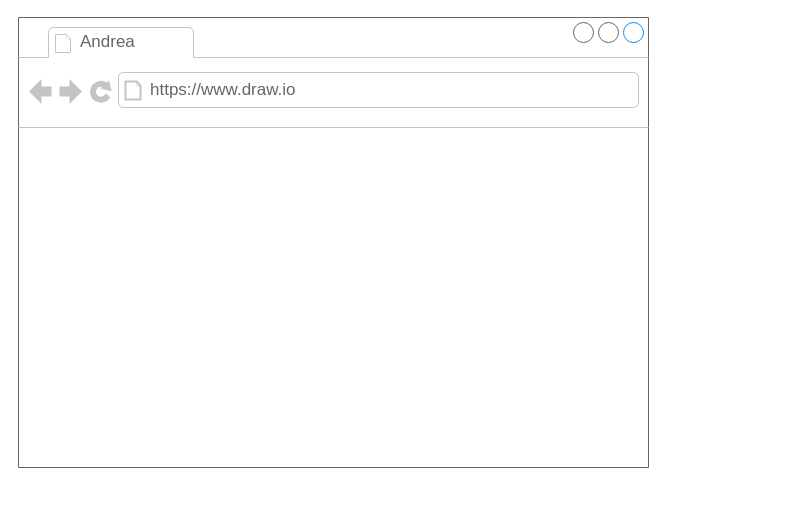
Earlier version of the draw.io diagram Untitled Diagram.drawio (Costa11/2021-informatica-HTML5). Source tidied: cells renumbered, new cells numbered last; positions are measured from the earlier drawing's top-left corner, leaving out a move shared by most shapes. Both pictures are drawn from the tidied source at 100%, with x=0, y=0 at pixel (18, 17). Pictures stored in the file or linked from it are replaced by grey dashed boxes.
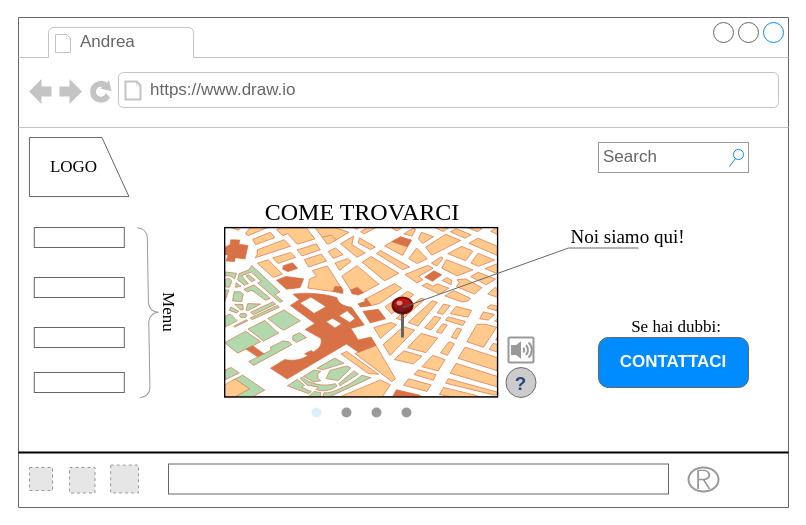
The same diagram, later.

The edit, as a diff of the source:
```diff
@@
-    <mxCell id="2" style="strokeWidth=1;shadow=0;dashed=0;align=center;html=1;shape=mxgraph.mockup.containers.browserWindow;rSize=0;strokeColor=#666666;strokeColor2=#008cff;strokeColor3=#c4c4c4;mainText=,;" parent="1" vertex="1">
-      <mxGeometry width="630" height="450" as="geometry" />
+    <mxCell id="2" style="strokeWidth=1;shadow=0;dashed=0;align=center;html=1;shape=mxgraph.mockup.containers.browserWindow;rSize=0;strokeColor2=#008cff;strokeColor3=#c4c4c4;mainText=,;strokeColor=#666666;" parent="1" vertex="1">
+      <mxGeometry width="770" height="490" as="geometry" />
     </mxCell>
@@
+    <mxCell id="5" style="verticalLabelPosition=bottom;shadow=0;dashed=0;align=center;html=1;verticalAlign=top;strokeWidth=1;shape=mxgraph.mockup.misc.map;" parent="2" vertex="1">
+      <mxGeometry x="206" y="210" width="274" height="170" as="geometry" />
+    </mxCell>
+    <mxCell id="6" style="verticalLabelPosition=top;shadow=0;dashed=0;align=center;html=1;verticalAlign=bottom;strokeWidth=1;shape=mxgraph.mockup.misc.pin;fillColor2=#dd0000;fillColor3=#440000;strokeColor=#660000;" parent="2" vertex="1">
+      <mxGeometry x="374" y="280" width="20" height="40" as="geometry" />
+    </mxCell>
+    <mxCell id="7" value="&lt;p&gt;&lt;br&gt;&lt;/p&gt;" style="strokeWidth=1;shadow=0;dashed=0;align=center;html=1;shape=mxgraph.mockup.text.callout;linkText=;textSize=17;textColor=#666666;callDir=NE;callStyle=line;fontSize=17;fontColor=#666666;align=right;verticalAlign=top;strokeColor=#666666;" parent="2" vertex="1">
+      <mxGeometry x="384" y="205" width="236" height="85" as="geometry" />
+    </mxCell>
+    <mxCell id="8" value="Noi siamo qui!" style="text;html=1;strokeColor=none;fillColor=none;align=center;verticalAlign=middle;whiteSpace=wrap;rounded=0;fontFamily=Times New Roman;fontSize=19;" parent="2" vertex="1">
+      <mxGeometry x="547.5" y="210" width="122.5" height="20" as="geometry" />
+    </mxCell>
+    <mxCell id="9" style="verticalLabelPosition=bottom;shadow=0;dashed=0;align=center;html=1;verticalAlign=top;strokeWidth=1;shape=mxgraph.mockup.misc.help_icon;fontFamily=Times New Roman;fontSize=19;" parent="2" vertex="1">
+      <mxGeometry x="487.5" y="350" width="30" height="30" as="geometry" />
+    </mxCell>
+    <mxCell id="10" style="verticalLabelPosition=bottom;shadow=0;dashed=0;align=center;html=1;verticalAlign=top;strokeWidth=1;shape=mxgraph.mockup.navigation.pageControl;fillColor=#999999;strokeColor=#ddeeff;fontFamily=Times New Roman;fontSize=19;" parent="2" vertex="1">
+      <mxGeometry x="293" y="380" width="100" height="30" as="geometry" />
+    </mxCell>
+    <mxCell id="11" style="strokeColor=#999999;verticalLabelPosition=bottom;shadow=0;dashed=0;verticalAlign=top;strokeWidth=2;html=1;shape=mxgraph.mockup.misc.volumeIcon;fontFamily=Times New Roman;fontSize=19;" parent="2" vertex="1">
+      <mxGeometry x="490" y="320" width="25" height="25" as="geometry" />
+    </mxCell>
+    <mxCell id="12" value="Search" style="strokeWidth=1;shadow=0;dashed=0;align=center;html=1;shape=mxgraph.mockup.forms.searchBox;strokeColor=#999999;mainText=;strokeColor2=#008cff;fontColor=#666666;fontSize=17;align=left;spacingLeft=3;" parent="2" vertex="1">
+      <mxGeometry x="580" y="125" width="150" height="30" as="geometry" />
+    </mxCell>
+    <mxCell id="13" value="CONTATTACI" style="strokeWidth=1;shadow=0;dashed=0;align=center;html=1;shape=mxgraph.mockup.buttons.button;strokeColor=#666666;fontColor=#ffffff;mainText=;buttonStyle=round;fontSize=17;fontStyle=1;fillColor=#008cff;whiteSpace=wrap;" parent="2" vertex="1">
+      <mxGeometry x="580" y="320" width="150" height="50" as="geometry" />
+    </mxCell>
+    <mxCell id="14" value="COME TROVARCI" style="text;html=1;strokeColor=none;fillColor=none;align=center;verticalAlign=middle;whiteSpace=wrap;rounded=0;fontFamily=Times New Roman;fontSize=24;" parent="2" vertex="1">
+      <mxGeometry x="230" y="185" width="227.5" height="20" as="geometry" />
+    </mxCell>
+    <mxCell id="15" value="Se hai dubbi:" style="text;html=1;strokeColor=none;fillColor=none;align=center;verticalAlign=middle;whiteSpace=wrap;rounded=0;fontFamily=Times New Roman;fontSize=17;" parent="2" vertex="1">
+      <mxGeometry x="572.5" y="300" width="170" height="20" as="geometry" />
+    </mxCell>
+    <mxCell id="16" style="line;strokeWidth=2;html=1;fontFamily=Times New Roman;fontSize=17;" parent="2" vertex="1">
+      <mxGeometry y="430" width="770" height="10" as="geometry" />
+    </mxCell>
+    <mxCell id="17" style="fillColor=#E6E6E6;strokeColor=#999999;dashed=1;html=1;verticalAlign=top;verticalLabelPosition=bottom;labelBackgroundColor=#ffffff;fontFamily=Times New Roman;fontSize=17;" parent="2" vertex="1">
+      <mxGeometry x="11" y="450" width="23" height="23" as="geometry" />
+    </mxCell>
+    <mxCell id="18" style="fillColor=#E6E6E6;strokeColor=#999999;dashed=1;html=1;verticalAlign=top;verticalLabelPosition=bottom;labelBackgroundColor=#ffffff;fontFamily=Times New Roman;fontSize=17;" parent="2" vertex="1">
+      <mxGeometry x="51" y="450" width="25.5" height="25.5" as="geometry" />
+    </mxCell>
+    <mxCell id="19" style="fillColor=#E6E6E6;strokeColor=#999999;dashed=1;html=1;verticalAlign=top;verticalLabelPosition=bottom;labelBackgroundColor=#ffffff;fontFamily=Times New Roman;fontSize=17;" parent="2" vertex="1">
+      <mxGeometry x="92.2" y="447.6" width="27.8" height="27.8" as="geometry" />
+    </mxCell>
+    <mxCell id="20" style="strokeColor=#999999;verticalLabelPosition=bottom;shadow=0;dashed=0;verticalAlign=top;strokeWidth=2;html=1;shape=mxgraph.mockup.misc.registeredIcon;fontFamily=Times New Roman;fontSize=17;" parent="2" vertex="1">
+      <mxGeometry x="670" y="450" width="30" height="24" as="geometry" />
+    </mxCell>
+    <mxCell id="21" style="strokeWidth=1;shadow=0;dashed=0;align=center;html=1;shape=mxgraph.mockup.text.textBox;fontColor=#666666;align=left;fontSize=17;spacingLeft=4;spacingTop=-3;strokeColor=#666666;mainText=;" parent="2" vertex="1">
+      <mxGeometry x="150" y="446.5" width="500" height="30" as="geometry" />
+    </mxCell>
+    <mxCell id="22" style="shape=manualInput;whiteSpace=wrap;html=1;strokeColor=#666666;fillColor=none;fontFamily=Times New Roman;fontSize=17;size=27;rotation=90;" parent="2" vertex="1">
+      <mxGeometry x="31.2" y="99.8" width="59" height="99.5" as="geometry" />
+    </mxCell>
+    <mxCell id="23" value="LOGO" style="text;html=1;strokeColor=none;fillColor=none;align=center;verticalAlign=middle;whiteSpace=wrap;rounded=0;fontFamily=Times New Roman;fontSize=17;" parent="2" vertex="1">
+      <mxGeometry x="31.2" y="139.5" width="48.8" height="20" as="geometry" />
+    </mxCell>
+    <mxCell id="24" style="rounded=0;whiteSpace=wrap;html=1;strokeColor=#666666;fillColor=none;fontFamily=Times New Roman;fontSize=17;" parent="2" vertex="1">
+      <mxGeometry x="15.8" y="210" width="90" height="20" as="geometry" />
+    </mxCell>
+    <mxCell id="25" style="rounded=0;whiteSpace=wrap;html=1;strokeColor=#666666;fillColor=none;fontFamily=Times New Roman;fontSize=17;" parent="2" vertex="1">
+      <mxGeometry x="15.8" y="260" width="90" height="20" as="geometry" />
+    </mxCell>
+    <mxCell id="26" style="rounded=0;whiteSpace=wrap;html=1;strokeColor=#666666;fillColor=none;fontFamily=Times New Roman;fontSize=17;" parent="2" vertex="1">
+      <mxGeometry x="15.8" y="310" width="90" height="20" as="geometry" />
+    </mxCell>
+    <mxCell id="27" style="rounded=0;whiteSpace=wrap;html=1;strokeColor=#666666;fillColor=none;fontFamily=Times New Roman;fontSize=17;" parent="2" vertex="1">
+      <mxGeometry x="15.8" y="355" width="90" height="20" as="geometry" />
+    </mxCell>
+    <mxCell id="28" style="labelPosition=right;align=left;strokeWidth=1;shape=mxgraph.mockup.markup.curlyBrace;html=1;shadow=0;dashed=0;strokeColor=#999999;direction=north;fillColor=none;fontFamily=Times New Roman;fontSize=17;rotation=-181;" parent="2" vertex="1">
+      <mxGeometry x="120.1" y="210" width="20" height="170" as="geometry" />
+    </mxCell>
+    <mxCell id="29" value="Menu" style="text;html=1;strokeColor=none;fillColor=none;align=center;verticalAlign=middle;whiteSpace=wrap;rounded=0;fontFamily=Times New Roman;fontSize=17;rotation=90;" parent="2" vertex="1">
+      <mxGeometry x="120.1" y="285" width="60" height="20" as="geometry" />
+    </mxCell>
```
